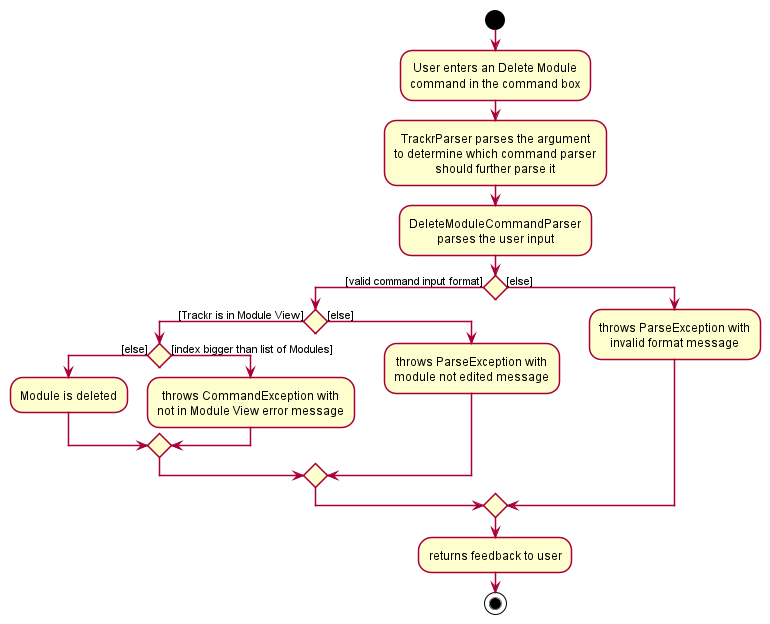
This is docs/images/DeleteCommandActivityDiagram.png from nus-cs2103-AY2021S1/tp, a PlantUML export, as it was before one commit. Its diagram source:
```plantuml
@startuml








skinparam BackgroundColor #FFFFFFF

skinparam Shadowing false

skinparam Class {
    FontColor #FFFFFF
    BorderThickness 1
    BorderColor #FFFFFF
    StereotypeFontColor #FFFFFF
    FontName Arial
}

skinparam Actor {
    BorderColor #000000
    Color #000000
    FontName Arial
}

skinparam Sequence {
    MessageAlign center
    BoxFontSize 15
    BoxPadding 0
    BoxFontColor #FFFFFF
    FontName Arial
}

skinparam Participant {
    FontColor #FFFFFFF
    Padding 20
}

skinparam MinClassWidth 50
skinparam ParticipantPadding 10
skinparam Shadowing false
skinparam DefaultTextAlignment center
skinparam packageStyle Rectangle

hide footbox
hide members
hide circle

start

:User enters an Delete Module
command in the command box;

:TrackrParser parses the argument
to determine which command parser
should further parse it;

:DeleteModuleCommandParser
parses the user input;

if () then ([valid command input format])
    if () then ([Trackr is in Module View])
        if () then ([else])
            :Module is deleted;
        else ([index bigger than list of Modules])
            :throws CommandException with
            not in Module View error message;
        endif
    else ([else])
        :throws ParseException with
        module not edited message;
    endif
else ([else])
    :throws ParseException with
    invalid format message;
endif
:returns feedback to user;

stop

@enduml
```
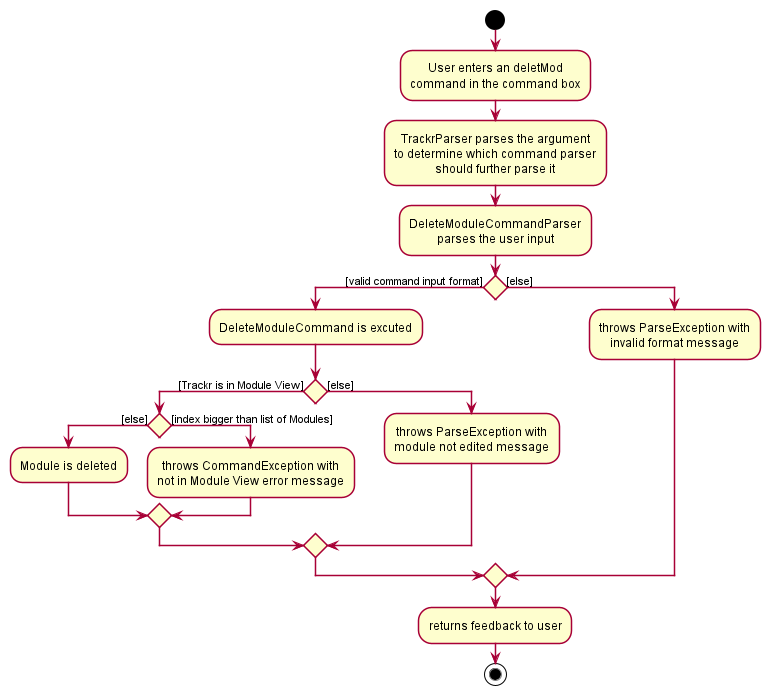
After the commit.

What changed in the source:
```diff
@@ -50,7 +50,7 @@
 
 start
 
-:User enters an Delete Module
+:User enters an deletMod
 command in the command box;
 
 :TrackrParser parses the argument
@@ -61,6 +61,7 @@
 parses the user input;
 
 if () then ([valid command input format])
+    :DeleteModuleCommand is excuted;
     if () then ([Trackr is in Module View])
         if () then ([else])
             :Module is deleted;
@@ -79,5 +80,4 @@
 :returns feedback to user;
 
 stop
-
 @enduml
```
